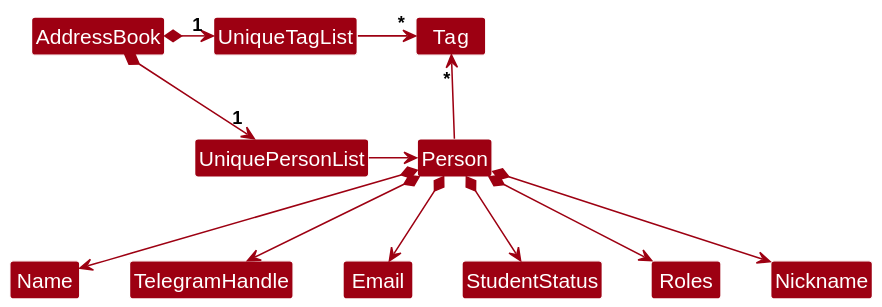
This is docs/diagrams/BetterModelClassDiagram.svg from nus-cs2103-AY2425S1/tp, a PlantUML export, as it was before one commit.
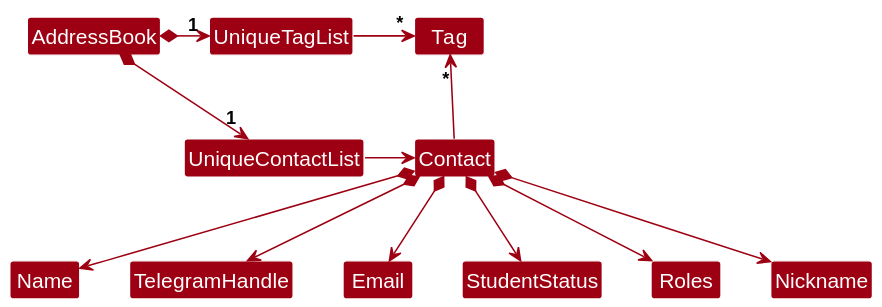
The same file after the commit.

What changed in the source:
```diff
@@ -4,20 +4,20 @@
 skinparam arrowColor MODEL_COLOR
 skinparam classBackgroundColor MODEL_COLOR
 
-AddressBook *-right-> "1" UniquePersonList
+AddressBook *-right-> "1" UniqueContactList
 AddressBook *-right-> "1" UniqueTagList
-UniqueTagList -[hidden]down- UniquePersonList
-UniqueTagList -[hidden]down- UniquePersonList
+UniqueTagList -[hidden]down- UniqueContactList
+UniqueTagList -[hidden]down- UniqueContactList
 
 UniqueTagList -right-> "*" Tag
-UniquePersonList -right-> Person
+UniqueContactList -right-> Contact
 
-Person -up-> "*" Tag
+Contact -up-> "*" Tag
 
-Person *--> Name
-Person *--> TelegramHandle
-Person *--> Email
-Person *--> StudentStatus
-Person *--> Roles
-Person *--> Nickname
+Contact *--> Name
+Contact *--> TelegramHandle
+Contact *--> Email
+Contact *--> StudentStatus
+Contact *--> Roles
+Contact *--> Nickname
 @enduml
```
